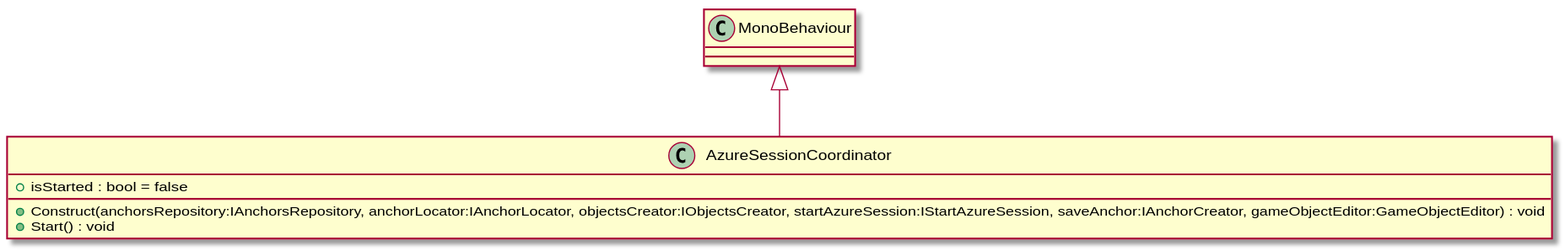
This is UML/domain/AzureSessionCoordinator.svg from DeNatur/ProductionFloorVisualization, a PlantUML export, as it was before one commit.
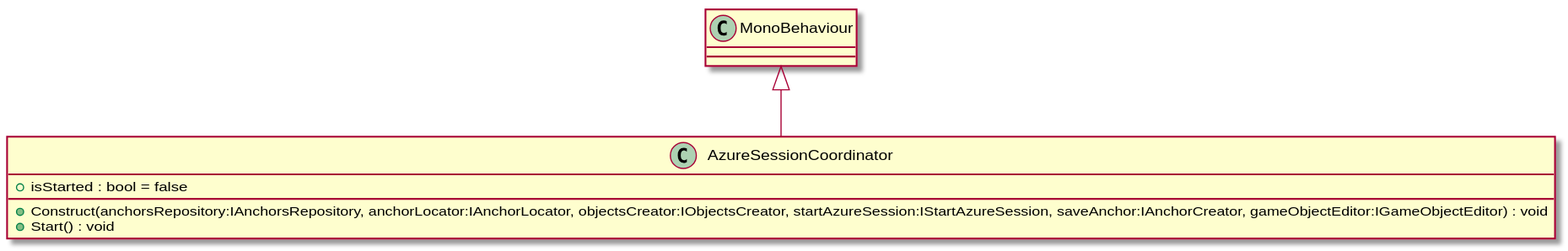
After the commit.

Diff of the diagram source:
```diff
@@ -1,7 +1,7 @@
 @startuml
 class AzureSessionCoordinator {
     + isStarted : bool = false
-    + Construct(anchorsRepository:IAnchorsRepository, anchorLocator:IAnchorLocator, objectsCreator:IObjectsCreator, startAzureSession:IStartAzureSession, saveAnchor:IAnchorCreator, gameObjectEditor:GameObjectEditor) : void
+    + Construct(anchorsRepository:IAnchorsRepository, anchorLocator:IAnchorLocator, objectsCreator:IObjectsCreator, startAzureSession:IStartAzureSession, saveAnchor:IAnchorCreator, gameObjectEditor:IGameObjectEditor) : void
     + Start() : void
 }
 MonoBehaviour <|-- AzureSessionCoordinator
```
